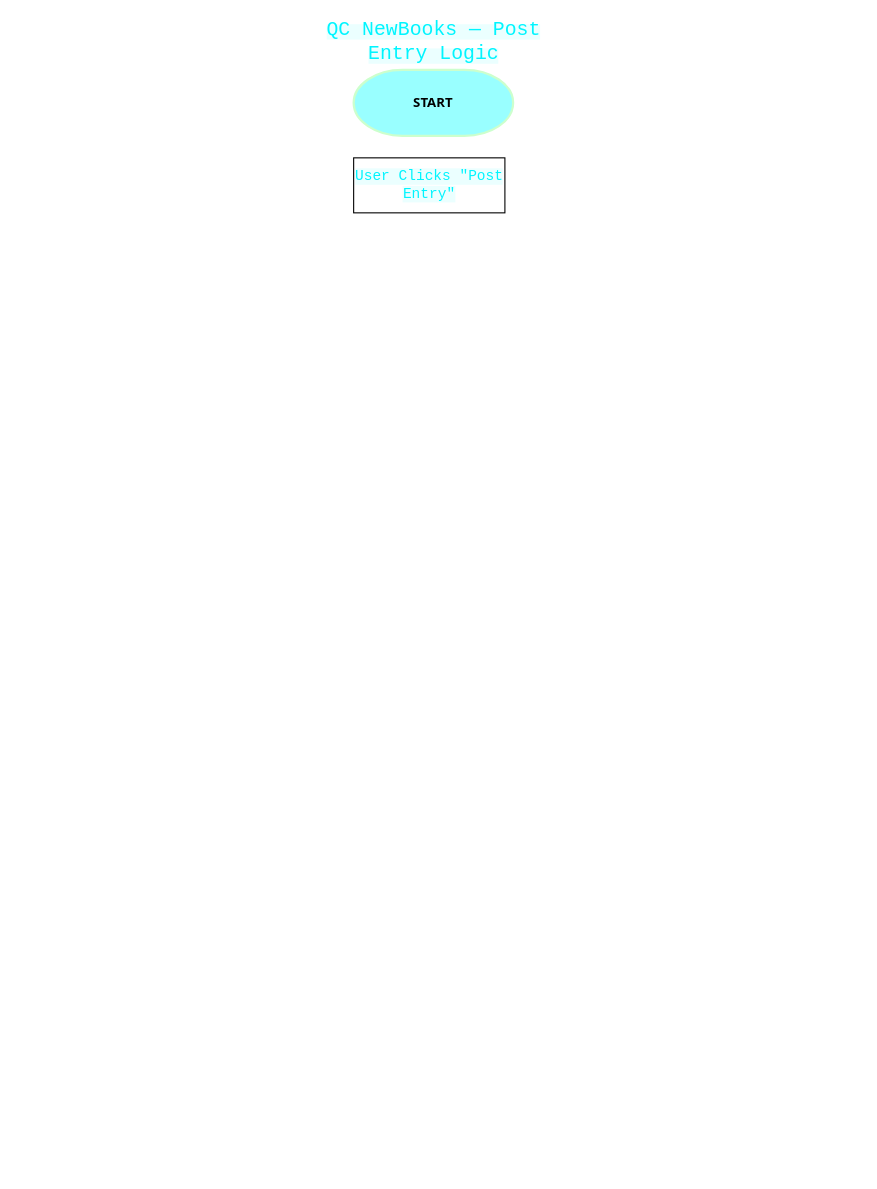
Above: page "Part A — Flowchart" (1 of 2) of QC_NewBooks_Diagrams.drawio in Jen793/diagram-qc-new-books (draw.io), before the change. Source tidied: cells renumbered, new cells numbered last; positions are measured from the earlier drawing's top-left corner, leaving out a move shared by most shapes. Both pictures are drawn from the tidied source at 110%, with x=0, y=0 at pixel (296, 25).
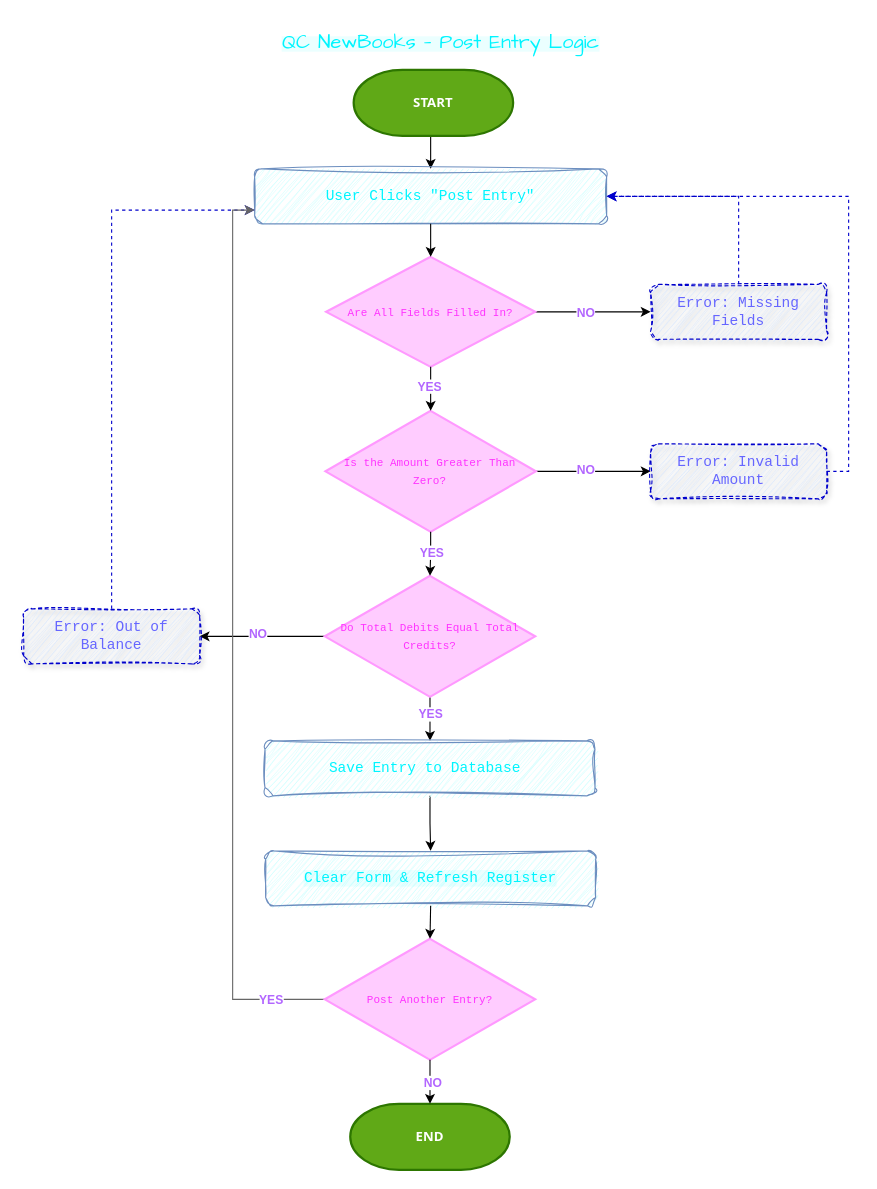
The same page after the edit.

Change to the diagram source:
```diff
@@
-    <mxCell id="2" value="&lt;span style=&quot;color: rgb(0, 245, 255); font-family: &amp;quot;Share Tech Mono&amp;quot;, monospace; text-align: start; background-color: rgba(0, 245, 255, 0.08);&quot;&gt;&lt;font style=&quot;font-size: 18px;&quot;&gt;QC NewBooks — Post Entry Logic&lt;/font&gt;&lt;/span&gt;" style="text;html=1;whiteSpace=wrap;strokeColor=none;fillColor=none;align=center;verticalAlign=middle;rounded=0;" parent="1" vertex="1">
-      <mxGeometry x="-0.5" width="250" height="30" as="geometry" />
+    <mxCell id="2" value="&lt;span style=&quot;color: rgb(0, 245, 255); text-align: start; background-color: rgba(0, 245, 255, 0.08);&quot;&gt;&lt;font style=&quot;font-size: 18px;&quot; face=&quot;Comic Sans MS&quot;&gt;QC NewBooks — Post Entry Logic&lt;/font&gt;&lt;/span&gt;" style="text;html=1;whiteSpace=wrap;strokeColor=none;fillColor=none;align=center;verticalAlign=middle;rounded=0;" parent="1" vertex="1">
+      <mxGeometry x="-20.5" width="302.5" height="30" as="geometry" />
     </mxCell>
+    <mxCell id="5" style="edgeStyle=orthogonalEdgeStyle;rounded=0;jettySize=auto;html=1;exitX=0.5;exitY=1;exitDx=0;exitDy=0;exitPerimeter=0;entryX=0.5;entryY=0;entryDx=0;entryDy=0;" parent="1" edge="1" source="3" target="4">
+      <mxGeometry relative="1" as="geometry" />
+    </mxCell>
-    <mxCell id="3" value="&lt;b&gt;START&lt;/b&gt;" style="strokeWidth=2;html=1;shape=mxgraph.flowchart.terminator;whiteSpace=wrap;fillColor=#99FFFF;strokeColor=light-dark(#ccffcd, #54283f);fontFamily=Tahoma;" parent="1" vertex="1">
+    <mxCell id="3" value="&lt;b&gt;START&lt;/b&gt;" style="strokeWidth=2;html=1;shape=mxgraph.flowchart.terminator;whiteSpace=wrap;fillColor=#60a917;strokeColor=#2D7600;fontFamily=Tahoma;fontColor=#ffffff;" parent="1" vertex="1">
       <mxGeometry x="52" y="40" width="145" height="60" as="geometry" />
     </mxCell>
-    <mxCell id="4" value="&lt;span style=&quot;color: rgb(0, 245, 255); font-family: &amp;quot;Share Tech Mono&amp;quot;, monospace; font-size: 13.192px; text-align: start; background-color: rgba(0, 245, 255, 0.08);&quot;&gt;User Clicks &quot;Post Entry&quot;&lt;/span&gt;" style="html=1;dashed=0;whiteSpace=wrap;" parent="1" vertex="1">
-      <mxGeometry x="52" y="120" width="137.5" height="50" as="geometry" />
+    <mxCell id="4" value="&lt;span style=&quot;color: rgb(0, 245, 255); font-family: &amp;quot;Share Tech Mono&amp;quot;, monospace; font-size: 13.192px; text-align: start;&quot;&gt;User Clicks &quot;Post Entry&quot;&lt;/span&gt;" style="html=1;dashed=0;whiteSpace=wrap;strokeWidth=1;strokeColor=#6c8ebf;fillColor=#CCFFFF;rounded=1;sketch=1;curveFitting=1;jiggle=2;" parent="1" vertex="1">
+      <mxGeometry x="-38" y="130" width="320" height="50" as="geometry" />
     </mxCell>
+    <mxCell id="6" style="edgeStyle=orthogonalEdgeStyle;rounded=0;jettySize=auto;html=1;exitX=1;exitY=0.5;exitDx=0;exitDy=0;exitPerimeter=0;entryX=0;entryY=0.5;entryDx=0;entryDy=0;" parent="1" edge="1" source="8" target="11">
+      <mxGeometry relative="1" as="geometry" />
+    </mxCell>
+    <mxCell id="7" value="&lt;b style=&quot;color: rgb(178, 102, 255);&quot;&gt;NO&lt;/b&gt;" style="edgeLabel;html=1;align=center;verticalAlign=middle;" parent="6" vertex="1">
+      <mxGeometry x="0.07" y="-3" relative="1" as="geometry">
+        <mxPoint x="-11" y="-3" as="offset" />
+      </mxGeometry>
+    </mxCell>
+    <mxCell id="8" value="&lt;span style=&quot;font-family: &amp;quot;Share Tech Mono&amp;quot;, monospace; text-align: start;&quot;&gt;&lt;font style=&quot;color: rgb(255, 51, 255); font-size: 10px;&quot;&gt;Are All Fields Filled In?&lt;/font&gt;&lt;/span&gt;" style="strokeWidth=2;html=1;shape=mxgraph.flowchart.decision;whiteSpace=wrap;fillColor=#FFCCFF;strokeColor=#FF99FF;" parent="1" vertex="1">
+      <mxGeometry x="27" y="210" width="190" height="100" as="geometry" />
+    </mxCell>
+    <mxCell id="9" style="edgeStyle=orthogonalEdgeStyle;rounded=0;jettySize=auto;html=1;exitX=0.5;exitY=1;exitDx=0;exitDy=0;entryX=0.5;entryY=0;entryDx=0;entryDy=0;entryPerimeter=0;" parent="1" edge="1" source="4" target="8">
+      <mxGeometry relative="1" as="geometry" />
+    </mxCell>
+    <mxCell id="10" style="edgeStyle=orthogonalEdgeStyle;rounded=0;jettySize=auto;html=1;exitX=0.5;exitY=0;exitDx=0;exitDy=0;entryX=1;entryY=0.5;entryDx=0;entryDy=0;dashed=1;strokeColor=#0000CC;" parent="1" edge="1" source="11" target="4">
+      <mxGeometry relative="1" as="geometry" />
+    </mxCell>
+    <mxCell id="11" value="&lt;span style=&quot;font-family: &amp;quot;Share Tech Mono&amp;quot;, monospace; font-size: 13.192px; text-align: start;&quot;&gt;&lt;font style=&quot;color: rgb(102, 102, 255);&quot;&gt;Error: Missing Fields&lt;/font&gt;&lt;/span&gt;" style="html=1;dashed=1;whiteSpace=wrap;fillColor=#dae8fc;strokeColor=#0000CC;rounded=1;sketch=1;curveFitting=1;jiggle=2;shadow=1;" parent="1" vertex="1">
+      <mxGeometry x="322" y="235" width="160" height="50" as="geometry" />
+    </mxCell>
+    <mxCell id="12" style="edgeStyle=orthogonalEdgeStyle;rounded=0;jettySize=auto;html=1;exitX=1;exitY=0.5;exitDx=0;exitDy=0;exitPerimeter=0;entryX=0;entryY=0.5;entryDx=0;entryDy=0;" parent="1" edge="1" source="14" target="17">
+      <mxGeometry relative="1" as="geometry" />
+    </mxCell>
+    <mxCell id="13" value="&lt;b style=&quot;color: rgb(178, 102, 255);&quot;&gt;NO&lt;/b&gt;" style="edgeLabel;html=1;align=center;verticalAlign=middle;" parent="12" vertex="1">
+      <mxGeometry x="-0.05" y="2" relative="1" as="geometry">
+        <mxPoint x="-5" as="offset" />
+      </mxGeometry>
+    </mxCell>
+    <mxCell id="14" value="&lt;span style=&quot;font-family: &amp;quot;Share Tech Mono&amp;quot;, monospace; text-align: start;&quot;&gt;&lt;font style=&quot;color: rgb(255, 51, 255); font-size: 10px;&quot;&gt;Is the Amount Greater Than Zero?&lt;/font&gt;&lt;/span&gt;" style="strokeWidth=2;html=1;shape=mxgraph.flowchart.decision;whiteSpace=wrap;fillColor=#FFCCFF;strokeColor=#FF99FF;" parent="1" vertex="1">
+      <mxGeometry x="26.4" y="350" width="191.2" height="110" as="geometry" />
+    </mxCell>
+    <mxCell id="15" style="edgeStyle=orthogonalEdgeStyle;rounded=0;jettySize=auto;html=1;exitX=0.5;exitY=1;exitDx=0;exitDy=0;exitPerimeter=0;entryX=0.5;entryY=0;entryDx=0;entryDy=0;entryPerimeter=0;" parent="1" edge="1" source="8" target="14">
+      <mxGeometry relative="1" as="geometry" />
+    </mxCell>
+    <mxCell id="16" value="&lt;b style=&quot;color: rgb(178, 102, 255);&quot;&gt;YES&lt;/b&gt;" style="edgeLabel;html=1;align=center;verticalAlign=middle;" parent="15" vertex="1">
+      <mxGeometry x="-0.15" y="-2" relative="1" as="geometry" />
+    </mxCell>
+    <mxCell id="17" value="&lt;span style=&quot;font-family: &amp;quot;Share Tech Mono&amp;quot;, monospace; font-size: 13.192px; text-align: start;&quot;&gt;&lt;font style=&quot;color: rgb(102, 102, 255);&quot;&gt;Error: Invalid Amount&lt;/font&gt;&lt;/span&gt;" style="html=1;dashed=1;whiteSpace=wrap;fillColor=#dae8fc;strokeColor=#0000CC;rounded=1;sketch=1;curveFitting=1;jiggle=2;shadow=1;" parent="1" vertex="1">
+      <mxGeometry x="322" y="380" width="160" height="50" as="geometry" />
+    </mxCell>
+    <mxCell id="18" style="edgeStyle=orthogonalEdgeStyle;rounded=0;jettySize=auto;html=1;exitX=0.5;exitY=1;exitDx=0;exitDy=0;exitPerimeter=0;entryX=0.5;entryY=0;entryDx=0;entryDy=0;" parent="1" edge="1" source="22" target="30">
+      <mxGeometry relative="1" as="geometry" />
+    </mxCell>
+    <mxCell id="19" value="&lt;b style=&quot;color: rgb(178, 102, 255);&quot;&gt;YES&lt;/b&gt;" style="edgeLabel;html=1;align=center;verticalAlign=middle;" parent="18" vertex="1">
+      <mxGeometry x="-0.25" relative="1" as="geometry" />
+    </mxCell>
+    <mxCell id="20" style="edgeStyle=orthogonalEdgeStyle;rounded=0;jettySize=auto;html=1;exitX=0;exitY=0.5;exitDx=0;exitDy=0;exitPerimeter=0;entryX=1;entryY=0.5;entryDx=0;entryDy=0;" parent="1" edge="1" source="22" target="28">
+      <mxGeometry relative="1" as="geometry" />
+    </mxCell>
+    <mxCell id="21" value="&lt;b style=&quot;color: rgb(178, 102, 255);&quot;&gt;NO&lt;/b&gt;" style="edgeLabel;html=1;align=center;verticalAlign=middle;" parent="20" vertex="1">
+      <mxGeometry x="0.07" y="-3" relative="1" as="geometry" />
+    </mxCell>
+    <mxCell id="22" value="&lt;font color=&quot;#ff33ff&quot; face=&quot;Share Tech Mono, monospace&quot;&gt;&lt;span style=&quot;font-size: 10px;&quot;&gt;Do Total Debits Equal Total Credits?&lt;/span&gt;&lt;/font&gt;" style="strokeWidth=2;html=1;shape=mxgraph.flowchart.decision;whiteSpace=wrap;fillColor=#FFCCFF;strokeColor=#FF99FF;align=center;" parent="1" vertex="1">
+      <mxGeometry x="25.8" y="500" width="191.2" height="110" as="geometry" />
+    </mxCell>
+    <mxCell id="23" style="edgeStyle=orthogonalEdgeStyle;rounded=0;jettySize=auto;html=1;exitX=0.5;exitY=1;exitDx=0;exitDy=0;exitPerimeter=0;entryX=0.5;entryY=0;entryDx=0;entryDy=0;entryPerimeter=0;" parent="1" edge="1" source="14" target="22">
+      <mxGeometry relative="1" as="geometry" />
+    </mxCell>
+    <mxCell id="24" style="edgeLabel;html=1;align=center;verticalAlign=middle;" parent="23" vertex="1">
+      <mxGeometry x="-0.46" relative="1" as="geometry" />
+    </mxCell>
+    <mxCell id="25" value="&lt;b style=&quot;color: rgb(178, 102, 255);&quot;&gt;YES&lt;/b&gt;" style="edgeLabel;html=1;align=center;verticalAlign=middle;" parent="23" vertex="1">
+      <mxGeometry x="-0.11" y="3" relative="1" as="geometry">
+        <mxPoint x="-3" as="offset" />
+      </mxGeometry>
+    </mxCell>
+    <mxCell id="26" style="edgeStyle=orthogonalEdgeStyle;rounded=0;jettySize=auto;html=1;exitX=1;exitY=0.5;exitDx=0;exitDy=0;entryX=1;entryY=0.5;entryDx=0;entryDy=0;dashed=1;strokeColor=#0000CC;" parent="1" edge="1" source="17" target="4">
+      <mxGeometry relative="1" as="geometry" />
+    </mxCell>
+    <mxCell id="27" style="edgeStyle=orthogonalEdgeStyle;rounded=0;jettySize=auto;html=1;exitX=0.5;exitY=0;exitDx=0;exitDy=0;entryX=0;entryY=0.75;entryDx=0;entryDy=0;dashed=1;strokeColor=#0000CC;" parent="1" edge="1" source="28" target="4">
+      <mxGeometry relative="1" as="geometry" />
+    </mxCell>
+    <mxCell id="28" value="&lt;span style=&quot;font-family: &amp;quot;Share Tech Mono&amp;quot;, monospace; font-size: 13.192px; text-align: start;&quot;&gt;&lt;font style=&quot;color: rgb(102, 102, 255);&quot;&gt;Error: Out of Balance&lt;/font&gt;&lt;/span&gt;" style="html=1;dashed=1;whiteSpace=wrap;fillColor=#dae8fc;strokeColor=#0000CC;rounded=1;sketch=1;curveFitting=1;jiggle=2;shadow=1;" parent="1" vertex="1">
+      <mxGeometry x="-248" y="530" width="160" height="50" as="geometry" />
+    </mxCell>
+    <mxCell id="29" style="edgeStyle=orthogonalEdgeStyle;rounded=0;jettySize=auto;html=1;exitX=0.5;exitY=1;exitDx=0;exitDy=0;entryX=0.5;entryY=0;entryDx=0;entryDy=0;" parent="1" edge="1" source="30" target="31">
+      <mxGeometry relative="1" as="geometry" />
+    </mxCell>
+    <mxCell id="30" value="&lt;div style=&quot;&quot;&gt;&lt;span style=&quot;background-color: transparent; font-size: 13.192px;&quot;&gt;&lt;font color=&quot;#00f5ff&quot; face=&quot;Share Tech Mono, monospace&quot;&gt;Save Entry to Database&amp;nbsp;&lt;/font&gt;&lt;/span&gt;&lt;/div&gt;" style="html=1;dashed=0;whiteSpace=wrap;strokeWidth=1;strokeColor=#6c8ebf;fillColor=#CCFFFF;align=center;rounded=1;sketch=1;curveFitting=1;jiggle=2;" parent="1" vertex="1">
+      <mxGeometry x="-28.6" y="650" width="300" height="50" as="geometry" />
+    </mxCell>
+    <mxCell id="31" value="&lt;span style=&quot;color: rgb(0, 245, 255); font-family: &amp;quot;Share Tech Mono&amp;quot;, monospace; font-size: 13.192px; text-align: start; background-color: rgba(0, 245, 255, 0.08);&quot;&gt;Clear Form &amp;amp; Refresh Register&lt;/span&gt;" style="html=1;dashed=0;whiteSpace=wrap;strokeWidth=1;strokeColor=#6c8ebf;fillColor=#CCFFFF;rounded=1;glass=0;sketch=1;curveFitting=1;jiggle=2;" parent="1" vertex="1">
+      <mxGeometry x="-28" y="750" width="300" height="50" as="geometry" />
+    </mxCell>
+    <mxCell id="32" style="edgeStyle=orthogonalEdgeStyle;rounded=0;jettySize=auto;html=1;exitX=0;exitY=0.5;exitDx=0;exitDy=0;exitPerimeter=0;entryX=0;entryY=0.75;entryDx=0;entryDy=0;strokeColor=#666666;" parent="1" edge="1" source="34" target="4">
+      <mxGeometry relative="1" as="geometry">
+        <Array as="points">
+          <mxPoint x="-58" y="885" />
+          <mxPoint x="-58" y="168" />
+        </Array>
+      </mxGeometry>
+    </mxCell>
+    <mxCell id="33" value="&lt;b style=&quot;color: rgb(178, 102, 255);&quot;&gt;YES&lt;/b&gt;" style="edgeLabel;html=1;align=center;verticalAlign=middle;" parent="32" vertex="1">
+      <mxGeometry x="-0.88" relative="1" as="geometry" />
+    </mxCell>
+    <mxCell id="34" value="&lt;font color=&quot;#ff33ff&quot; face=&quot;Share Tech Mono, monospace&quot;&gt;&lt;span style=&quot;font-size: 10px;&quot;&gt;Post Another Entry?&lt;/span&gt;&lt;/font&gt;" style="strokeWidth=2;html=1;shape=mxgraph.flowchart.decision;whiteSpace=wrap;fillColor=#FFCCFF;strokeColor=#FF99FF;align=center;" parent="1" vertex="1">
+      <mxGeometry x="25.8" y="830" width="191.2" height="110" as="geometry" />
+    </mxCell>
+    <mxCell id="35" style="edgeStyle=orthogonalEdgeStyle;rounded=0;jettySize=auto;html=1;exitX=0.5;exitY=1;exitDx=0;exitDy=0;entryX=0.5;entryY=0;entryDx=0;entryDy=0;entryPerimeter=0;" parent="1" edge="1" source="31" target="34">
+      <mxGeometry relative="1" as="geometry" />
+    </mxCell>
+    <mxCell id="36" value="&lt;b&gt;END&lt;/b&gt;" style="strokeWidth=2;html=1;shape=mxgraph.flowchart.terminator;whiteSpace=wrap;fillColor=#60a917;strokeColor=#2D7600;fontFamily=Tahoma;fontColor=#ffffff;" parent="1" vertex="1">
+      <mxGeometry x="48.9" y="980" width="145" height="60" as="geometry" />
+    </mxCell>
+    <mxCell id="37" style="edgeStyle=orthogonalEdgeStyle;rounded=0;jettySize=auto;html=1;exitX=0.5;exitY=1;exitDx=0;exitDy=0;exitPerimeter=0;entryX=0.5;entryY=0;entryDx=0;entryDy=0;entryPerimeter=0;" parent="1" edge="1" source="34" target="36">
+      <mxGeometry relative="1" as="geometry" />
+    </mxCell>
+    <mxCell id="38" value="&lt;font color=&quot;#b266ff&quot;&gt;&lt;b&gt;NO&lt;/b&gt;&lt;/font&gt;" style="edgeLabel;html=1;align=center;verticalAlign=middle;" parent="37" vertex="1">
+      <mxGeometry y="2" relative="1" as="geometry" />
+    </mxCell>
```
